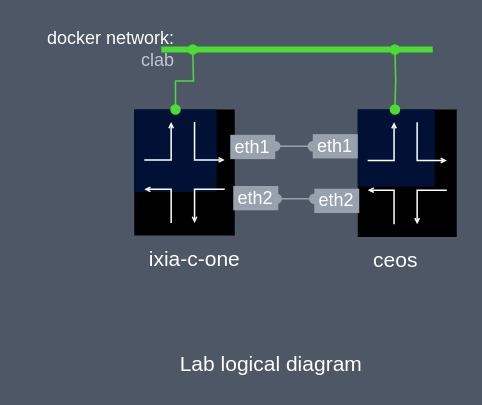
Earlier version of the draw.io diagram page "[2] logical diag" (3 of 3) of docs/images/ixia-c-one-ceos.drawio (srl-labs/containerlab). Source tidied: cells renumbered, new cells numbered last; positions are measured from the earlier drawing's top-left corner, leaving out a move shared by most shapes. Both pictures are drawn from the tidied source at 150%, with x=0, y=0 at pixel (26, 26).
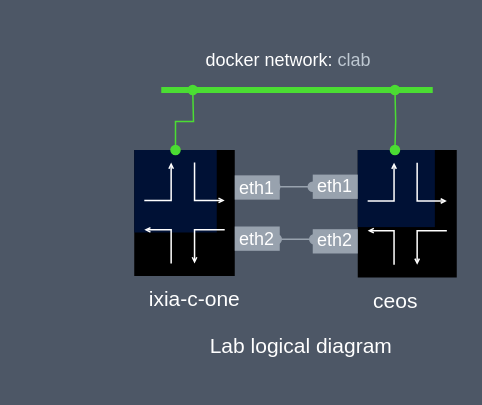
The same page after the edit.

Unchanged cells that the change refers to:
```xml
<mxCell id="2" style="group;" parent="1" vertex="1">
  <mxGeometry width="287" height="236" as="geometry" />
</mxCell>
<mxCell id="4" style="group;" parent="2" vertex="1">
  <mxGeometry x="72" y="15.5" width="215" height="220.5" as="geometry" />
</mxCell>
<mxCell id="7" style="whiteSpace=wrap;html=1;fillColor=#001135;strokeColor=none;fontFamily=Manrope;" parent="6" vertex="1">
  <mxGeometry width="55" height="55" as="geometry" />
</mxCell>
```

What changed in the source:
```diff
@@
-    <mxCell id="3" value="&lt;font style=&quot;font-size: 12px&quot;&gt;&lt;font color=&quot;#ffffff&quot;&gt;docker network:&lt;/font&gt;&lt;br&gt;&lt;/font&gt;&lt;span style=&quot;font-size: 12px&quot;&gt;&lt;font color=&quot;#bec8d2&quot;&gt;clab&lt;/font&gt;&lt;/span&gt;" style="text;html=1;align=right;verticalAlign=middle;fontSize=10;fontFamily=Manrope;fontColor=#001135;" parent="2" vertex="1">
-      <mxGeometry width="100" height="30" as="geometry" />
-    </mxCell>
@@
     <mxCell id="5" style="group;fillColor=#000000;" parent="4" vertex="1">
-      <mxGeometry y="40" width="67" height="84" as="geometry" />
+      <mxGeometry y="67" width="67" height="84" as="geometry" />
     </mxCell>
@@
     <mxCell id="12" value="&lt;font&gt;ixia-c-one&lt;/font&gt;" style="text;html=1;align=center;verticalAlign=middle;fontSize=14;fontFamily=Manrope;fontStyle=0;fontColor=#FFFFFF;" parent="4" vertex="1">
-      <mxGeometry x="1" y="128" width="77" height="22" as="geometry" />
+      <mxGeometry x="1" y="155" width="77" height="22" as="geometry" />
     </mxCell>
     <mxCell id="13" style="endArrow=none;html=1;shadow=0;strokeWidth=4;fillColor=#666666;fontFamily=nasa;fontSize=18;fontColor=#FFFFFF;strokeColor=#4BDD33;" parent="4" edge="1">
       <mxGeometry relative="1" as="geometry">
-        <mxPoint x="18" as="sourcePoint" />
-        <mxPoint x="199" as="targetPoint" />
+        <mxPoint x="18" y="27" as="sourcePoint" />
+        <mxPoint x="199" y="27" as="targetPoint" />
       </mxGeometry>
     </mxCell>
     <mxCell id="14" style="edgeStyle=orthogonalEdgeStyle;rounded=0;jettySize=auto;html=1;fontFamily=Manrope;fontSize=12;fontColor=#FFFFFF;endArrow=oval;endFill=1;startArrow=oval;startFill=1;strokeColor=#4BDD33;" parent="4" edge="1" target="7">
       <mxGeometry relative="1" as="geometry">
-        <mxPoint x="39" as="sourcePoint" />
+        <mxPoint x="39" y="27" as="sourcePoint" />
       </mxGeometry>
     </mxCell>
     <mxCell id="15" value="&lt;font&gt;Lab logical diagram&lt;/font&gt;" style="text;html=1;align=center;verticalAlign=middle;fontSize=14;fontFamily=Manrope;fontStyle=0;fontColor=#FFFFFF;" parent="4" vertex="1">
-      <mxGeometry x="24" y="198.5" width="134" height="22" as="geometry" />
+      <mxGeometry x="44" y="186.5" width="134" height="22" as="geometry" />
     </mxCell>
     <mxCell id="16" style="group;fillColor=#000000;" parent="4" vertex="1">
-      <mxGeometry x="149" y="40" width="66" height="85" as="geometry" />
+      <mxGeometry x="149" y="67" width="66" height="85" as="geometry" />
     </mxCell>
@@
     <mxCell id="23" value="&lt;font&gt;ceos&lt;/font&gt;" style="text;html=1;align=center;verticalAlign=middle;fontSize=14;fontFamily=Manrope;fontStyle=0;fontColor=#FFFFFF;" parent="4" vertex="1">
-      <mxGeometry x="151.5" y="128" width="45" height="25" as="geometry" />
+      <mxGeometry x="151.5" y="155" width="45" height="25" as="geometry" />
     </mxCell>
     <mxCell id="24" style="edgeStyle=orthogonalEdgeStyle;rounded=0;orthogonalLoop=1;jettySize=auto;html=1;fontFamily=Manrope;fontSize=12;fontColor=#FFFFFF;endArrow=oval;endFill=1;startArrow=oval;startFill=1;strokeColor=#4BDD33;" parent="4" edge="1">
       <mxGeometry relative="1" as="geometry">
-        <mxPoint x="173.8" as="sourcePoint" />
-        <mxPoint x="173.8" y="40" as="targetPoint" />
+        <mxPoint x="173.8" y="27" as="sourcePoint" />
+        <mxPoint x="173.8" y="67" as="targetPoint" />
       </mxGeometry>
     </mxCell>
+    <mxCell id="28" style="edgeStyle=orthogonalEdgeStyle;rounded=0;orthogonalLoop=1;jettySize=auto;html=1;fontFamily=Manrope;fontSize=12;fontColor=#FFFFFF;endArrow=oval;endFill=1;startArrow=oval;startFill=1;entryX=1;entryY=0.5;entryDx=0;entryDy=0;exitX=0;exitY=0.5;exitDx=0;exitDy=0;strokeColor=#98A2AE;" parent="4" edge="1">
+      <mxGeometry relative="1" as="geometry">
+        <mxPoint x="119" y="91.5" as="sourcePoint" />
+        <mxPoint x="94" y="92" as="targetPoint" />
+      </mxGeometry>
+    </mxCell>
+    <mxCell id="29" style="edgeStyle=orthogonalEdgeStyle;rounded=0;orthogonalLoop=1;jettySize=auto;html=1;fontFamily=Manrope;fontSize=12;fontColor=#FFFFFF;endArrow=oval;endFill=1;startArrow=oval;startFill=1;entryX=1;entryY=0.5;entryDx=0;entryDy=0;exitX=0;exitY=0.5;exitDx=0;exitDy=0;strokeColor=#98A2AE;" parent="4" edge="1">
+      <mxGeometry relative="1" as="geometry">
+        <mxPoint x="120" y="126.5" as="sourcePoint" />
+        <mxPoint x="95" y="127" as="targetPoint" />
+      </mxGeometry>
+    </mxCell>
+    <mxCell id="3" value="&lt;font style=&quot;font-size: 12px&quot;&gt;&lt;font color=&quot;#ffffff&quot;&gt;docker network:&amp;nbsp;&lt;/font&gt;&lt;/font&gt;&lt;span style=&quot;font-size: 12px&quot;&gt;&lt;font color=&quot;#bec8d2&quot;&gt;clab&lt;/font&gt;&lt;/span&gt;" style="text;html=1;align=right;verticalAlign=middle;fontSize=10;fontFamily=Manrope;fontColor=#001135;" parent="4" vertex="1">
+      <mxGeometry x="33" y="-1.5" width="126" height="17" as="geometry" />
+    </mxCell>
+    <mxCell id="27" value="eth2" style="rounded=0;whiteSpace=wrap;html=1;fontFamily=Manrope;fontSize=12;fontColor=#FFFFFF;align=center;strokeColor=none;rotation=0;horizontal=1;fillColor=#98A2AE;" parent="4" vertex="1">
+      <mxGeometry x="67" y="118" width="30" height="16.2" as="geometry" />
+    </mxCell>
     <mxCell id="25" value="eth1" style="rounded=0;whiteSpace=wrap;html=1;fontFamily=Manrope;fontSize=12;fontColor=#FFFFFF;align=center;strokeColor=none;rotation=0;horizontal=1;fillColor=#98A2AE;" parent="4" vertex="1">
-      <mxGeometry x="64" y="56.9" width="30" height="16.2" as="geometry" />
+      <mxGeometry x="67" y="83.9" width="30" height="16.2" as="geometry" />
     </mxCell>
     <mxCell id="26" value="eth1" style="rounded=0;whiteSpace=wrap;html=1;fontFamily=Manrope;fontSize=12;fontColor=#FFFFFF;align=center;strokeColor=none;rotation=0;horizontal=1;fillColor=#98A2AE;" parent="4" vertex="1">
-      <mxGeometry x="119" y="56.4" width="30" height="16.2" as="geometry" />
+      <mxGeometry x="119" y="83.4" width="30" height="16.2" as="geometry" />
     </mxCell>
-    <mxCell id="27" value="eth2" style="rounded=0;whiteSpace=wrap;html=1;fontFamily=Manrope;fontSize=12;fontColor=#FFFFFF;align=center;strokeColor=none;rotation=0;horizontal=1;fillColor=#98A2AE;" parent="4" vertex="1">
-      <mxGeometry x="66" y="91" width="30" height="16.2" as="geometry" />
-    </mxCell>
-    <mxCell id="28" style="edgeStyle=orthogonalEdgeStyle;rounded=0;orthogonalLoop=1;jettySize=auto;html=1;fontFamily=Manrope;fontSize=12;fontColor=#FFFFFF;endArrow=oval;endFill=1;startArrow=oval;startFill=1;entryX=1;entryY=0.5;entryDx=0;entryDy=0;exitX=0;exitY=0.5;exitDx=0;exitDy=0;strokeColor=#98A2AE;" parent="4" edge="1">
-      <mxGeometry relative="1" as="geometry">
-        <mxPoint x="119" y="64.5" as="sourcePoint" />
-        <mxPoint x="94" y="65" as="targetPoint" />
-      </mxGeometry>
-    </mxCell>
-    <mxCell id="29" style="edgeStyle=orthogonalEdgeStyle;rounded=0;orthogonalLoop=1;jettySize=auto;html=1;fontFamily=Manrope;fontSize=12;fontColor=#FFFFFF;endArrow=oval;endFill=1;startArrow=oval;startFill=1;entryX=1;entryY=0.5;entryDx=0;entryDy=0;exitX=0;exitY=0.5;exitDx=0;exitDy=0;strokeColor=#98A2AE;" parent="4" edge="1">
-      <mxGeometry relative="1" as="geometry">
-        <mxPoint x="120" y="99.5" as="sourcePoint" />
-        <mxPoint x="95" y="100" as="targetPoint" />
-      </mxGeometry>
-    </mxCell>
     <mxCell id="30" value="eth2" style="rounded=0;whiteSpace=wrap;html=1;fontFamily=Manrope;fontSize=12;fontColor=#FFFFFF;align=center;strokeColor=none;rotation=0;horizontal=1;fillColor=#98A2AE;" parent="4" vertex="1">
-      <mxGeometry x="120" y="92.8" width="30" height="16.2" as="geometry" />
+      <mxGeometry x="119" y="119.8" width="30" height="16.2" as="geometry" />
     </mxCell>
```
